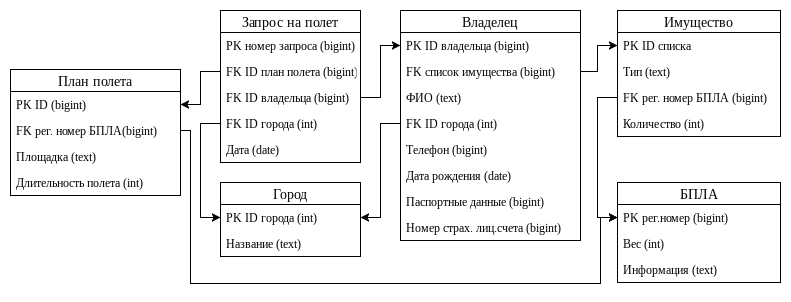
The draw.io diagram PROEKT/myRDBM.png in ikherty/RDBM, before a commit. Source tidied: cells renumbered, new cells last; positions are measured from the earlier drawing's top-left corner, leaving out a move shared by most shapes.
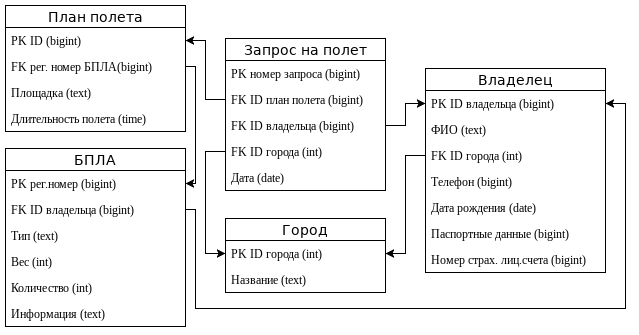
Above is the later version.

Change to the diagram source:
```diff
@@ -3,109 +3,92 @@
     <mxCell id="0" />
     <mxCell id="1" parent="0" />
     <mxCell id="2" value="БПЛА" style="swimlane;fontStyle=0;horizontal=1;startSize=22;fillColor=none;swimlaneFillColor=#ffffff;align=center;fontSize=14;" parent="1" vertex="1">
-      <mxGeometry x="607" y="172" width="163" height="100" as="geometry" />
+      <mxGeometry x="-30" y="143" width="180" height="178" as="geometry" />
     </mxCell>
     <mxCell id="3" value="PK рег.номер (bigint)" style="text;strokeColor=none;fillColor=none;spacingLeft=4;spacingRight=4;overflow=hidden;points=[[0,0.5],[1,0.5]];portConstraint=eastwest;fontSize=12;" parent="2" vertex="1">
-      <mxGeometry y="22" width="163" height="26" as="geometry" />
+      <mxGeometry y="22" width="180" height="26" as="geometry" />
     </mxCell>
+    <mxCell id="41" value="FK ID владельца (bigint)" style="text;strokeColor=none;fillColor=none;spacingLeft=4;spacingRight=4;overflow=hidden;points=[[0,0.5],[1,0.5]];portConstraint=eastwest;fontSize=12;" parent="2" vertex="1">
+      <mxGeometry y="48" width="180" height="26" as="geometry" />
+    </mxCell>
+    <mxCell id="31" value="Тип (text)" style="text;strokeColor=none;fillColor=none;spacingLeft=4;spacingRight=4;overflow=hidden;fontSize=12;" parent="2" vertex="1">
+      <mxGeometry y="74" width="180" height="26" as="geometry" />
+    </mxCell>
     <mxCell id="4" value="Вес (int)" style="text;strokeColor=none;fillColor=none;spacingLeft=4;spacingRight=4;overflow=hidden;fontSize=12;" parent="2" vertex="1">
-      <mxGeometry y="48" width="163" height="26" as="geometry" />
+      <mxGeometry y="100" width="180" height="26" as="geometry" />
     </mxCell>
+    <mxCell id="33" value="Количество (int)" style="text;strokeColor=none;fillColor=none;spacingLeft=4;spacingRight=4;overflow=hidden;fontSize=12;" parent="2" vertex="1">
+      <mxGeometry y="126" width="180" height="26" as="geometry" />
+    </mxCell>
     <mxCell id="5" value="Информация (text)" style="text;strokeColor=none;fillColor=none;spacingLeft=4;spacingRight=4;overflow=hidden;fontSize=12;" parent="2" vertex="1">
-      <mxGeometry y="74" width="163" height="26" as="geometry" />
+      <mxGeometry y="152" width="180" height="26" as="geometry" />
     </mxCell>
     <mxCell id="6" value="Владелец" style="swimlane;fontStyle=0;horizontal=1;startSize=22;fillColor=none;swimlaneFillColor=#ffffff;align=center;fontSize=14;" parent="1" vertex="1">
-      <mxGeometry x="390" width="180" height="230" as="geometry" />
+      <mxGeometry x="390" y="63" width="180" height="204" as="geometry" />
     </mxCell>
     <mxCell id="7" value="PK ID владельца (bigint)" style="text;strokeColor=none;fillColor=none;spacingLeft=4;spacingRight=4;overflow=hidden;points=[[0,0.5],[1,0.5]];portConstraint=eastwest;fontSize=12;" parent="6" vertex="1">
       <mxGeometry y="22" width="180" height="26" as="geometry" />
     </mxCell>
-    <mxCell id="8" value="FK список имущества (bigint)" style="text;strokeColor=none;fillColor=none;spacingLeft=4;spacingRight=4;overflow=hidden;points=[[0,0.5],[1,0.5]];portConstraint=eastwest;fontSize=12;" parent="6" vertex="1">
-      <mxGeometry y="48" width="180" height="26" as="geometry" />
-    </mxCell>
     <mxCell id="9" value="ФИО (text)" style="text;strokeColor=none;fillColor=none;spacingLeft=4;spacingRight=4;overflow=hidden;fontSize=12;" parent="6" vertex="1">
-      <mxGeometry y="74" width="180" height="26" as="geometry" />
+      <mxGeometry y="48" width="180" height="26" as="geometry" />
     </mxCell>
     <mxCell id="10" value="FK ID города (int)" style="text;strokeColor=none;fillColor=none;spacingLeft=4;spacingRight=4;overflow=hidden;points=[[0,0.5],[1,0.5]];portConstraint=eastwest;fontSize=12;" parent="6" vertex="1">
-      <mxGeometry y="100" width="180" height="26" as="geometry" />
+      <mxGeometry y="74" width="180" height="26" as="geometry" />
     </mxCell>
     <mxCell id="11" value="Телефон (bigint)" style="text;strokeColor=none;fillColor=none;spacingLeft=4;spacingRight=4;overflow=hidden;fontSize=12;" parent="6" vertex="1">
-      <mxGeometry y="126" width="180" height="26" as="geometry" />
+      <mxGeometry y="100" width="180" height="26" as="geometry" />
     </mxCell>
     <mxCell id="12" value="Дата рождения (date)" style="text;strokeColor=none;fillColor=none;spacingLeft=4;spacingRight=4;overflow=hidden;fontSize=12;" parent="6" vertex="1">
-      <mxGeometry y="152" width="180" height="26" as="geometry" />
+      <mxGeometry y="126" width="180" height="26" as="geometry" />
     </mxCell>
     <mxCell id="13" value="Паспортные данные (bigint)" style="text;strokeColor=none;fillColor=none;spacingLeft=4;spacingRight=4;overflow=hidden;fontSize=12;" parent="6" vertex="1">
-      <mxGeometry y="178" width="180" height="26" as="geometry" />
+      <mxGeometry y="152" width="180" height="26" as="geometry" />
     </mxCell>
     <mxCell id="14" value="Номер страх. лиц.счета (bigint)" style="text;strokeColor=none;fillColor=none;spacingLeft=4;spacingRight=4;overflow=hidden;fontSize=12;" parent="6" vertex="1">
-      <mxGeometry y="204" width="180" height="26" as="geometry" />
+      <mxGeometry y="178" width="180" height="26" as="geometry" />
     </mxCell>
     <mxCell id="15" value="Запрос на полет" style="swimlane;fontStyle=0;horizontal=1;startSize=22;fillColor=none;swimlaneFillColor=#ffffff;align=center;fontSize=14;" parent="1" vertex="1">
-      <mxGeometry x="210" width="140" height="152" as="geometry" />
+      <mxGeometry x="190" y="33" width="160" height="152" as="geometry" />
     </mxCell>
     <mxCell id="16" value="PK номер запроса (bigint)" style="text;strokeColor=none;fillColor=none;spacingLeft=4;spacingRight=4;overflow=hidden;fontSize=12;" parent="15" vertex="1">
-      <mxGeometry y="22" width="140" height="26" as="geometry" />
+      <mxGeometry y="22" width="160" height="26" as="geometry" />
     </mxCell>
     <mxCell id="17" value="FK ID план полета (bigint)" style="text;strokeColor=none;fillColor=none;spacingLeft=4;spacingRight=4;overflow=hidden;points=[[0,0.5],[1,0.5]];portConstraint=eastwest;fontSize=12;" parent="15" vertex="1">
-      <mxGeometry y="48" width="140" height="26" as="geometry" />
+      <mxGeometry y="48" width="160" height="26" as="geometry" />
     </mxCell>
     <mxCell id="18" value="FK ID владельца (bigint)" style="text;strokeColor=none;fillColor=none;spacingLeft=4;spacingRight=4;overflow=hidden;points=[[0,0.5],[1,0.5]];portConstraint=eastwest;fontSize=12;" parent="15" vertex="1">
-      <mxGeometry y="74" width="140" height="26" as="geometry" />
+      <mxGeometry y="74" width="160" height="26" as="geometry" />
     </mxCell>
     <mxCell id="19" value="FK ID города (int)" style="text;strokeColor=none;fillColor=none;spacingLeft=4;spacingRight=4;overflow=hidden;points=[[0,0.5],[1,0.5]];portConstraint=eastwest;fontSize=12;" parent="15" vertex="1">
-      <mxGeometry y="100" width="140" height="26" as="geometry" />
+      <mxGeometry y="100" width="160" height="26" as="geometry" />
     </mxCell>
     <mxCell id="20" value="Дата (date)" style="text;strokeColor=none;fillColor=none;spacingLeft=4;spacingRight=4;overflow=hidden;fontSize=12;" parent="15" vertex="1">
-      <mxGeometry y="126" width="140" height="26" as="geometry" />
+      <mxGeometry y="126" width="160" height="26" as="geometry" />
     </mxCell>
     <mxCell id="21" value="План полета" style="swimlane;fontStyle=0;horizontal=1;startSize=22;fillColor=none;swimlaneFillColor=#ffffff;align=center;fontSize=14;" parent="1" vertex="1">
-      <mxGeometry y="59" width="170" height="126" as="geometry" />
+      <mxGeometry x="-30" width="180" height="126" as="geometry" />
     </mxCell>
     <mxCell id="22" value="PK ID (bigint)" style="text;strokeColor=none;fillColor=none;spacingLeft=4;spacingRight=4;overflow=hidden;points=[[0,0.5],[1,0.5]];portConstraint=eastwest;fontSize=12;" parent="21" vertex="1">
-      <mxGeometry y="22" width="170" height="26" as="geometry" />
+      <mxGeometry y="22" width="180" height="26" as="geometry" />
     </mxCell>
     <mxCell id="23" value="FK рег. номер БПЛА(bigint)" style="text;strokeColor=none;fillColor=none;spacingLeft=4;spacingRight=4;overflow=hidden;points=[[0,0.5],[1,0.5]];portConstraint=eastwest;fontSize=12;" parent="21" vertex="1">
-      <mxGeometry y="48" width="170" height="26" as="geometry" />
+      <mxGeometry y="48" width="180" height="26" as="geometry" />
     </mxCell>
     <mxCell id="24" value="Площадка (text)" style="text;strokeColor=none;fillColor=none;spacingLeft=4;spacingRight=4;overflow=hidden;fontSize=12;" parent="21" vertex="1">
-      <mxGeometry y="74" width="170" height="26" as="geometry" />
+      <mxGeometry y="74" width="180" height="26" as="geometry" />
     </mxCell>
-    <mxCell id="25" value="Длительность полета (int)" style="text;strokeColor=none;fillColor=none;spacingLeft=4;spacingRight=4;overflow=hidden;fontSize=12;" parent="21" vertex="1">
-      <mxGeometry y="100" width="170" height="26" as="geometry" />
+    <mxCell id="25" value="Длительность полета (time)" style="text;strokeColor=none;fillColor=none;spacingLeft=4;spacingRight=4;overflow=hidden;fontSize=12;" parent="21" vertex="1">
+      <mxGeometry y="100" width="180" height="26" as="geometry" />
     </mxCell>
     <mxCell id="26" value="Город" style="swimlane;fontStyle=0;horizontal=1;startSize=22;fillColor=none;swimlaneFillColor=#ffffff;align=center;fontSize=14;" parent="1" vertex="1">
-      <mxGeometry x="210" y="172" width="140" height="74" as="geometry" />
+      <mxGeometry x="190" y="213" width="160" height="74" as="geometry" />
     </mxCell>
     <mxCell id="27" value="PK ID города (int)" style="text;strokeColor=none;fillColor=none;spacingLeft=4;spacingRight=4;overflow=hidden;points=[[0,0.5],[1,0.5]];portConstraint=eastwest;fontSize=12;" parent="26" vertex="1">
-      <mxGeometry y="22" width="140" height="26" as="geometry" />
+      <mxGeometry y="22" width="160" height="26" as="geometry" />
     </mxCell>
     <mxCell id="28" value="Название (text)" style="text;strokeColor=none;fillColor=none;spacingLeft=4;spacingRight=4;overflow=hidden;fontSize=12;" parent="26" vertex="1">
-      <mxGeometry y="48" width="140" height="26" as="geometry" />
+      <mxGeometry y="48" width="160" height="26" as="geometry" />
     </mxCell>
-    <mxCell id="29" value="Имущество" style="swimlane;fontStyle=0;horizontal=1;startSize=22;fillColor=none;swimlaneFillColor=#ffffff;align=center;fontSize=14;" parent="1" vertex="1">
-      <mxGeometry x="607" width="163" height="126" as="geometry" />
-    </mxCell>
-    <mxCell id="30" value="PK ID списка" style="text;strokeColor=none;fillColor=none;spacingLeft=4;spacingRight=4;overflow=hidden;points=[[0,0.5],[1,0.5]];portConstraint=eastwest;fontSize=12;" parent="29" vertex="1">
-      <mxGeometry y="22" width="163" height="26" as="geometry" />
-    </mxCell>
-    <mxCell id="31" value="Тип (text)" style="text;strokeColor=none;fillColor=none;spacingLeft=4;spacingRight=4;overflow=hidden;fontSize=12;" parent="29" vertex="1">
-      <mxGeometry y="48" width="163" height="26" as="geometry" />
-    </mxCell>
-    <mxCell id="32" value="FK рег. номер БПЛА (bigint)" style="text;strokeColor=none;fillColor=none;spacingLeft=4;spacingRight=4;overflow=hidden;points=[[0,0.5],[1,0.5]];portConstraint=eastwest;fontSize=12;" parent="29" vertex="1">
-      <mxGeometry y="74" width="163" height="26" as="geometry" />
-    </mxCell>
-    <mxCell id="33" value="Количество (int)" style="text;strokeColor=none;fillColor=none;spacingLeft=4;spacingRight=4;overflow=hidden;fontSize=12;" parent="29" vertex="1">
-      <mxGeometry y="100" width="163" height="26" as="geometry" />
-    </mxCell>
-    <mxCell id="34" style="edgeStyle=orthogonalEdgeStyle;rounded=0;jettySize=auto;html=1;exitX=0;exitY=0.5;exitDx=0;exitDy=0;entryX=0;entryY=0.5;entryDx=0;entryDy=0;" parent="1" edge="1" source="32" target="3">
-      <mxGeometry relative="1" as="geometry">
-        <Array as="points">
-          <mxPoint x="587" y="87" />
-          <mxPoint x="587" y="207" />
-        </Array>
-      </mxGeometry>
-    </mxCell>
     <mxCell id="35" style="edgeStyle=orthogonalEdgeStyle;rounded=0;jettySize=auto;html=1;exitX=0;exitY=0.5;exitDx=0;exitDy=0;entryX=1;entryY=0.5;entryDx=0;entryDy=0;" parent="1" edge="1" source="17" target="22">
       <mxGeometry relative="1" as="geometry" />
     </mxCell>
@@ -115,26 +98,26 @@
     <mxCell id="37" style="edgeStyle=orthogonalEdgeStyle;rounded=0;jettySize=auto;html=1;exitX=0;exitY=0.5;exitDx=0;exitDy=0;entryX=0;entryY=0.5;entryDx=0;entryDy=0;" parent="1" edge="1" source="19" target="27">
       <mxGeometry relative="1" as="geometry" />
     </mxCell>
-    <mxCell id="38" style="edgeStyle=orthogonalEdgeStyle;rounded=0;jettySize=auto;html=1;exitX=1;exitY=0.5;exitDx=0;exitDy=0;entryX=0;entryY=0.5;entryDx=0;entryDy=0;" parent="1" edge="1" source="8" target="30">
-      <mxGeometry relative="1" as="geometry">
-        <Array as="points">
-          <mxPoint x="587" y="61" />
-          <mxPoint x="587" y="35" />
-        </Array>
-      </mxGeometry>
-    </mxCell>
     <mxCell id="39" style="edgeStyle=orthogonalEdgeStyle;rounded=0;jettySize=auto;html=1;exitX=0;exitY=0.5;exitDx=0;exitDy=0;entryX=1;entryY=0.5;entryDx=0;entryDy=0;" parent="1" edge="1" source="10" target="27">
       <mxGeometry relative="1" as="geometry" />
     </mxCell>
-    <mxCell id="40" style="edgeStyle=orthogonalEdgeStyle;rounded=0;jettySize=auto;html=1;exitX=1;exitY=0.5;exitDx=0;exitDy=0;entryX=0;entryY=0.5;entryDx=0;entryDy=0;" parent="1" edge="1" source="23" target="3">
+    <mxCell id="40" style="edgeStyle=orthogonalEdgeStyle;rounded=0;jettySize=auto;html=1;exitX=1;exitY=0.5;exitDx=0;exitDy=0;entryX=1;entryY=0.5;entryDx=0;entryDy=0;" parent="1" edge="1" source="23" target="3">
       <mxGeometry relative="1" as="geometry">
         <Array as="points">
-          <mxPoint x="180" y="120" />
-          <mxPoint x="180" y="273" />
-          <mxPoint x="590" y="273" />
-          <mxPoint x="590" y="207" />
+          <mxPoint x="160" y="61" />
+          <mxPoint x="160" y="178" />
         </Array>
       </mxGeometry>
     </mxCell>
+    <mxCell id="42" style="edgeStyle=orthogonalEdgeStyle;rounded=0;jettySize=auto;html=1;exitX=1;exitY=0.5;exitDx=0;exitDy=0;entryX=1;entryY=0.5;entryDx=0;entryDy=0;" parent="1" edge="1" source="41" target="7">
+      <mxGeometry relative="1" as="geometry">
+        <Array as="points">
+          <mxPoint x="160" y="204" />
+          <mxPoint x="160" y="303" />
+          <mxPoint x="590" y="303" />
+          <mxPoint x="590" y="98" />
+        </Array>
+      </mxGeometry>
+    </mxCell>
   </root>
 </mxGraphModel>
```
